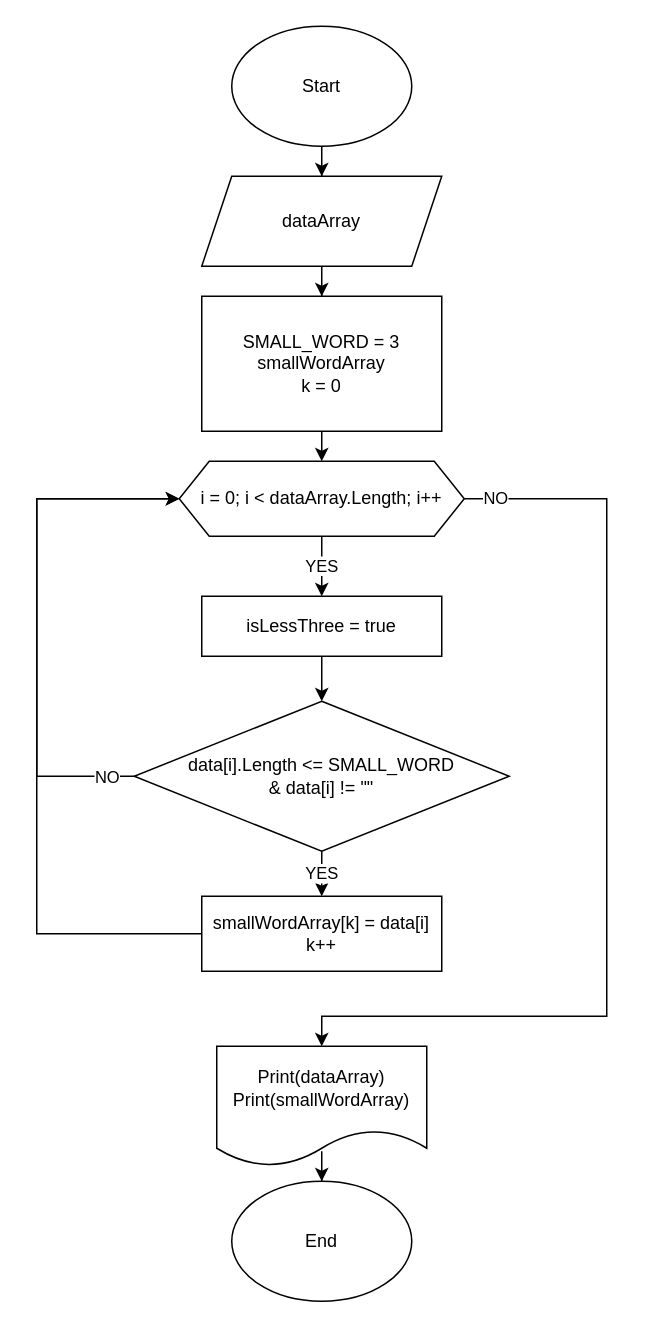
This is Блок_схема.drawio from zEphyrUnity/Attestation, a draw.io file, before an edit. Source tidied: cells renumbered, new cells numbered last; positions are measured from the earlier drawing's top-left corner, leaving out a move shared by most shapes. Both pictures are drawn from the tidied source at 150%, with x=0, y=0 at pixel (36, 26).
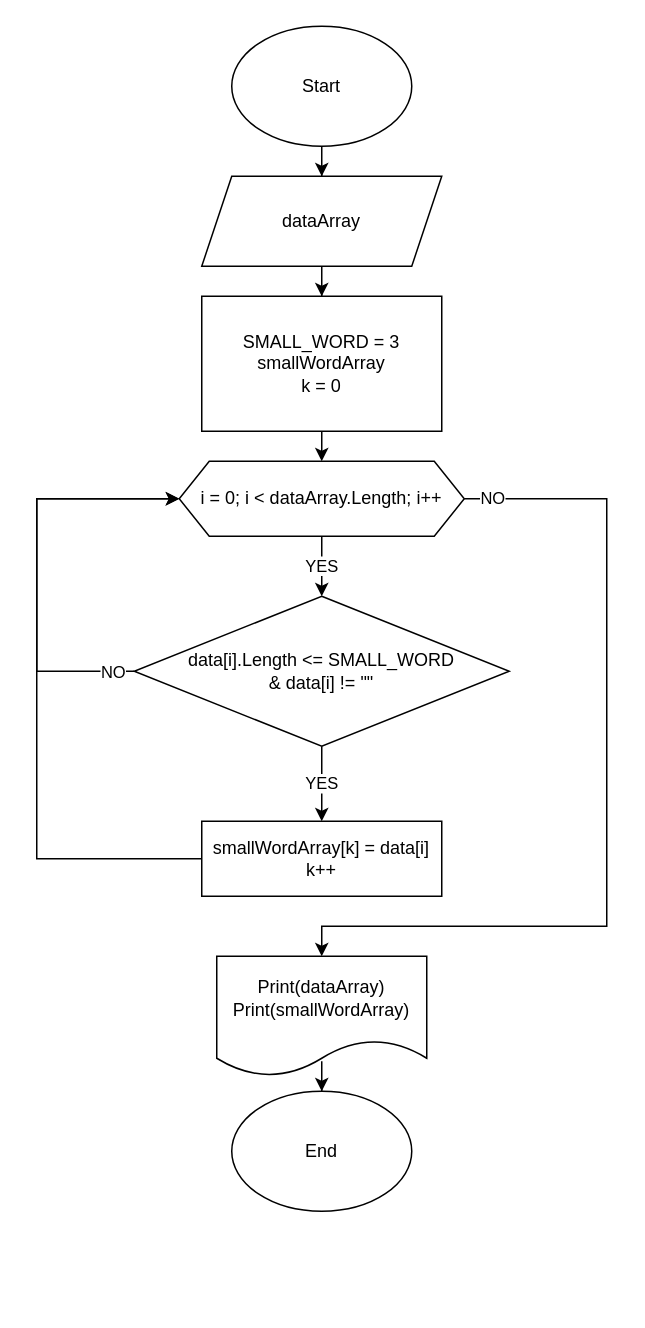
The same diagram, later.

Commit message:
Рефакторинг блок схемы

The change refers to these unchanged cells:
```xml
<mxCell id="11" value="i = 0; i &amp;lt; dataArray.Length; i++" style="shape=hexagon;perimeter=hexagonPerimeter2;whiteSpace=wrap;html=1;fixedSize=1;" parent="1" vertex="1">
  <mxGeometry x="95" y="290" width="190" height="50" as="geometry" />
</mxCell>
```

Diff of the diagram source:
```diff
@@
-    <mxCell id="8" value="YES" style="edgeStyle=orthogonalEdgeStyle;rounded=0;jettySize=auto;html=1;" parent="1" edge="1" source="11" target="13">
+    <mxCell id="8" value="YES" style="edgeStyle=orthogonalEdgeStyle;rounded=0;jettySize=auto;html=1;" parent="1" edge="1" source="11" target="17">
       <mxGeometry relative="1" as="geometry" />
     </mxCell>
     <mxCell id="9" style="edgeStyle=orthogonalEdgeStyle;rounded=0;jettySize=auto;html=1;entryX=0.5;entryY=0;entryDx=0;entryDy=0;" parent="1" edge="1" source="11" target="19">
       <mxGeometry relative="1" as="geometry">
         <Array as="points">
           <mxPoint x="380" y="315" />
-          <mxPoint x="380" y="660" />
-          <mxPoint x="190" y="660" />
+          <mxPoint x="380" y="600" />
+          <mxPoint x="190" y="600" />
         </Array>
       </mxGeometry>
     </mxCell>
@@
-    <mxCell id="12" style="edgeStyle=orthogonalEdgeStyle;rounded=0;jettySize=auto;html=1;entryX=0.5;entryY=0;entryDx=0;entryDy=0;" parent="1" edge="1" source="13" target="17">
-      <mxGeometry relative="1" as="geometry" />
-    </mxCell>
-    <mxCell id="13" value="isLessThree = true" style="rounded=0;whiteSpace=wrap;html=1;" parent="1" vertex="1">
-      <mxGeometry x="110" y="380" width="160" height="40" as="geometry" />
-    </mxCell>
@@
     <mxCell id="15" style="edgeStyle=orthogonalEdgeStyle;rounded=0;jettySize=auto;html=1;entryX=0;entryY=0.5;entryDx=0;entryDy=0;" parent="1" edge="1" source="17" target="11">
       <mxGeometry relative="1" as="geometry">
         <Array as="points">
-          <mxPoint y="500" />
+          <mxPoint y="430" />
           <mxPoint y="315" />
         </Array>
       </mxGeometry>
     </mxCell>
@@
     <mxCell id="17" value="data[i].Length &amp;lt;= SMALL_WORD &lt;br&gt;&amp;amp; data[i] != &quot;&quot;" style="rhombus;whiteSpace=wrap;html=1;" parent="1" vertex="1">
-      <mxGeometry x="65" y="450" width="250" height="100" as="geometry" />
+      <mxGeometry x="65" y="380" width="250" height="100" as="geometry" />
     </mxCell>
@@
     <mxCell id="19" value="Print(dataArray)&lt;br&gt;Print(smallWordArray)" style="shape=document;whiteSpace=wrap;html=1;boundedLbl=1;" parent="1" vertex="1">
-      <mxGeometry x="120" y="680" width="140" height="80" as="geometry" />
+      <mxGeometry x="120" y="620" width="140" height="80" as="geometry" />
     </mxCell>
     <mxCell id="20" value="End" style="ellipse;whiteSpace=wrap;html=1;" parent="1" vertex="1">
-      <mxGeometry x="130" y="770" width="120" height="80" as="geometry" />
+      <mxGeometry x="130" y="710" width="120" height="80" as="geometry" />
     </mxCell>
     <mxCell id="21" style="edgeStyle=orthogonalEdgeStyle;rounded=0;jettySize=auto;html=1;entryX=0;entryY=0.5;entryDx=0;entryDy=0;" parent="1" edge="1" source="22" target="11">
       <mxGeometry relative="1" as="geometry">
         <Array as="points">
-          <mxPoint y="605" />
+          <mxPoint y="555" />
           <mxPoint y="315" />
         </Array>
       </mxGeometry>
     </mxCell>
     <mxCell id="22" value="smallWordArray[k] = data[i]&lt;br&gt;k++" style="rounded=0;whiteSpace=wrap;html=1;" parent="1" vertex="1">
-      <mxGeometry x="110" y="580" width="160" height="50" as="geometry" />
+      <mxGeometry x="110" y="530" width="160" height="50" as="geometry" />
     </mxCell>
```
